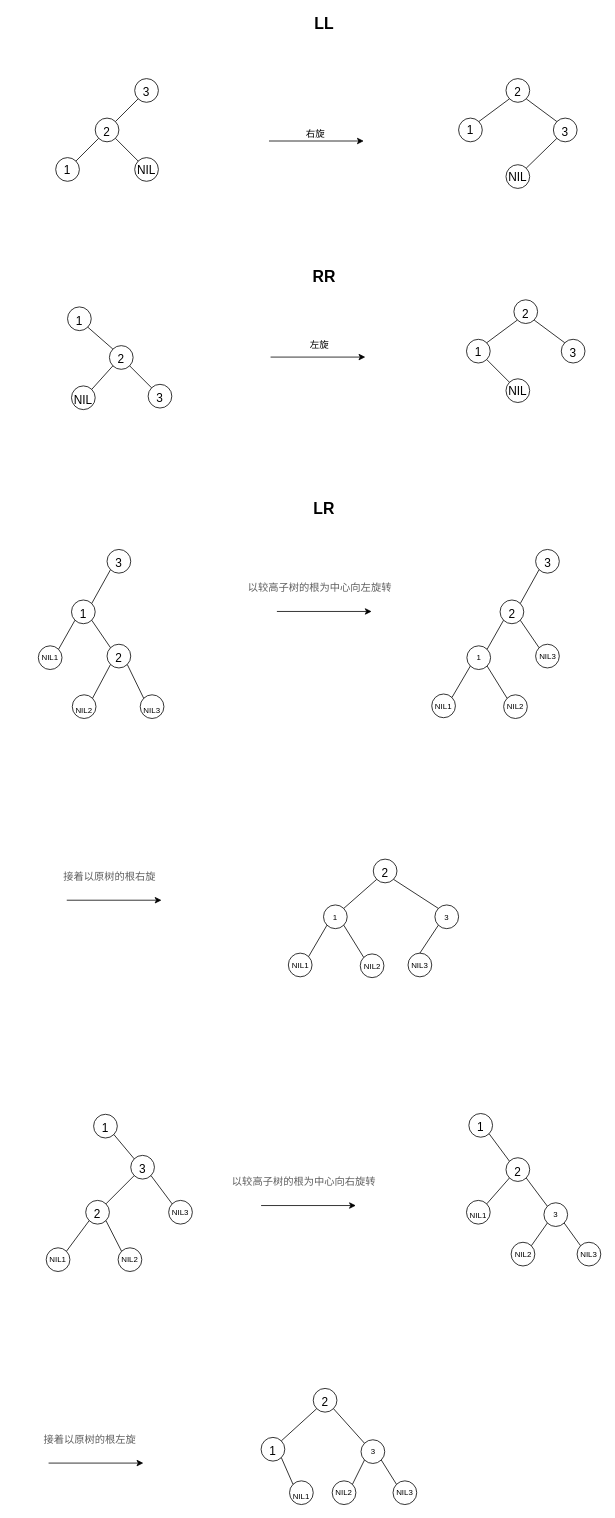
Earlier version of the draw.io diagram Tree/xml/AVL.drawio (mstao/data-structures). Source tidied: cells renumbered, new cells numbered last; positions are measured from the earlier drawing's top-left corner, leaving out a move shared by most shapes. Both pictures are drawn from the tidied source at 79%, with x=0, y=0 at pixel (13, 15).
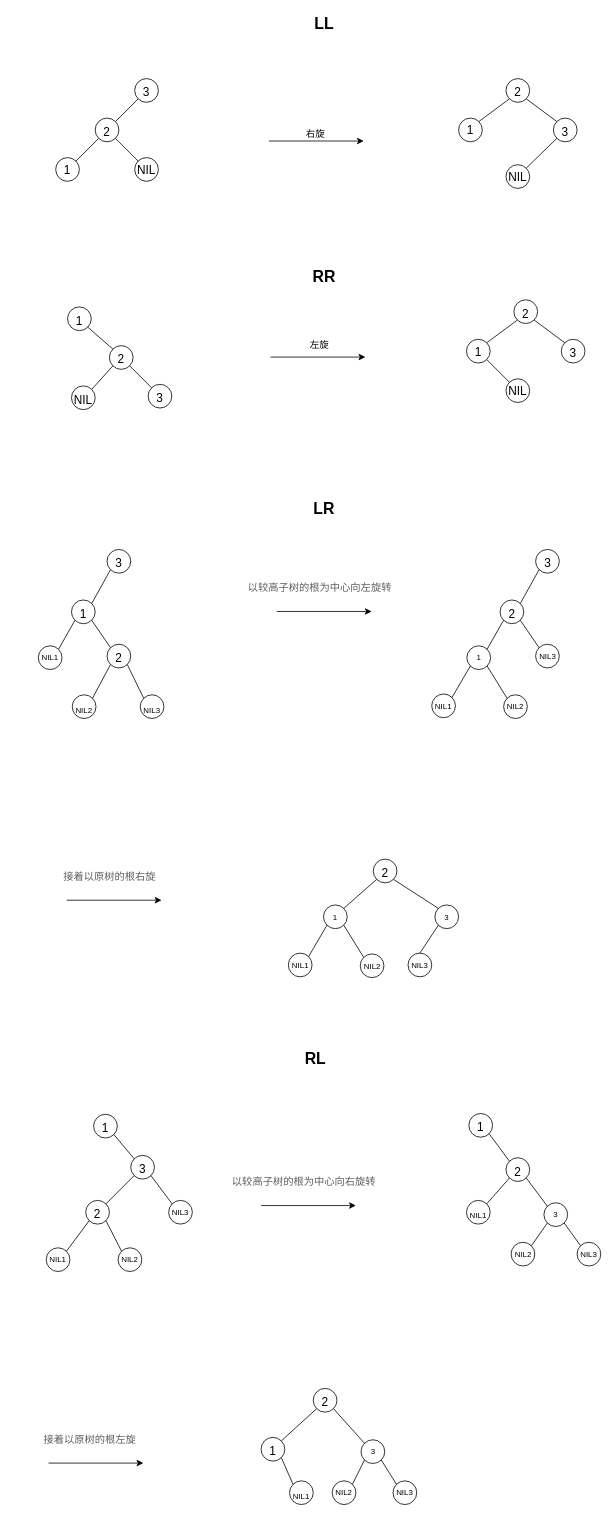
Above is the later version.

The edit, as a diff of the source:
```diff
@@
+    <mxCell id="111" value="RL" style="text;html=1;strokeColor=none;fillColor=none;align=center;verticalAlign=middle;whiteSpace=wrap;rounded=0;fontSize=20;fontStyle=1;" parent="1" vertex="1">
+      <mxGeometry x="362" y="1310" width="40" height="20" as="geometry" />
+    </mxCell>
```
